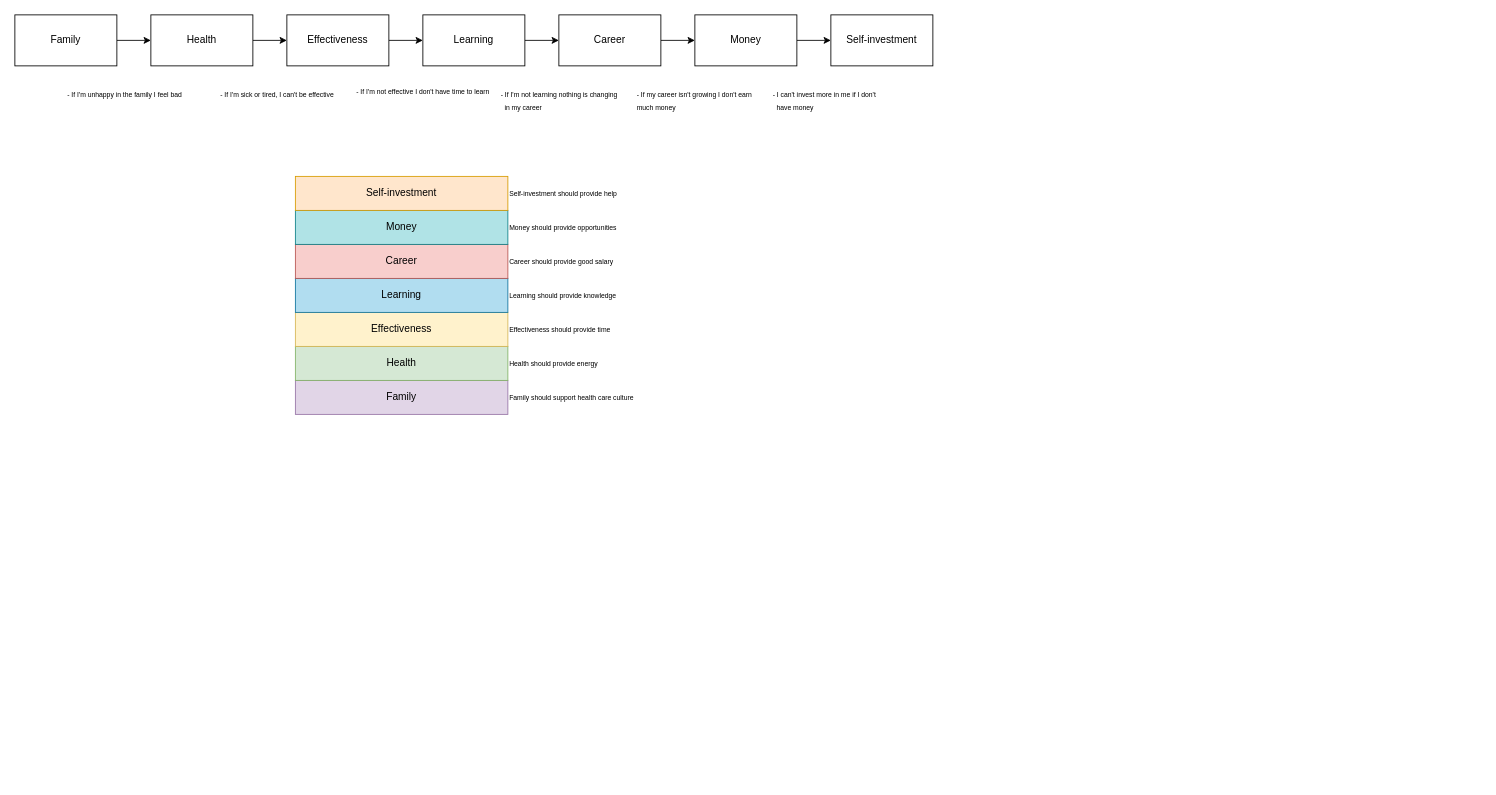
The draw.io diagram spheresDependencies.drawio in FedosovMax/diagrams, before the edit. Source tidied: cells renumbered, new cells numbered last; positions are measured from the earlier drawing's top-left corner, leaving out a move shared by most shapes. Both pictures are drawn from the tidied source at 85%, with x=0, y=0 at pixel (14, 14).
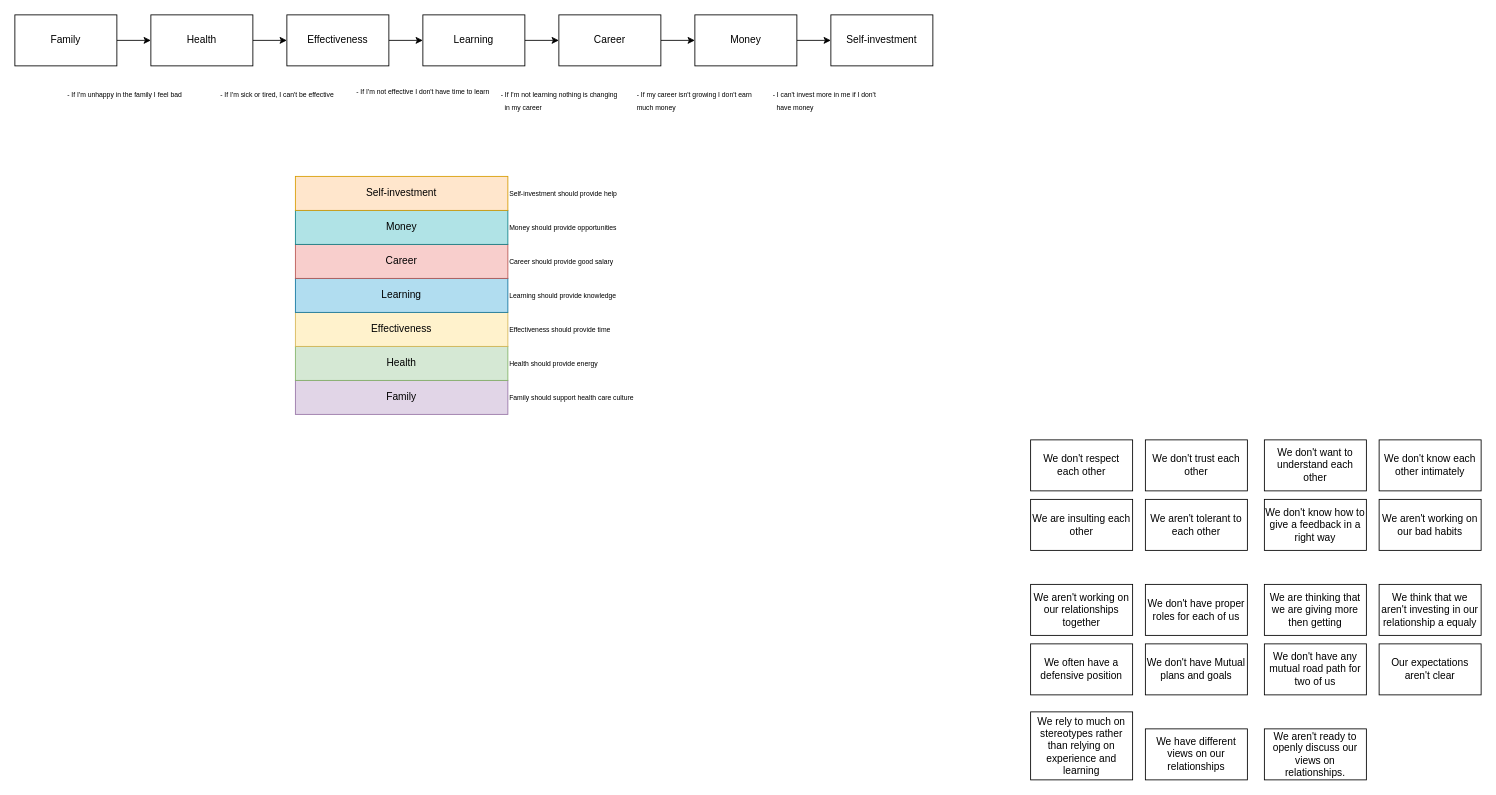
The same page after the edit.

The edit, as a diff of the source:
```diff
@@
+    <mxCell id="35" value="We don't respect each other" style="rounded=0;whiteSpace=wrap;html=1;" parent="1" vertex="1">
+      <mxGeometry x="1195" y="500" width="120" height="60" as="geometry" />
+    </mxCell>
+    <mxCell id="36" value="We don't trust each other" style="rounded=0;whiteSpace=wrap;html=1;" parent="1" vertex="1">
+      <mxGeometry x="1330" y="500" width="120" height="60" as="geometry" />
+    </mxCell>
+    <mxCell id="37" value="We don't want to understand each other" style="rounded=0;whiteSpace=wrap;html=1;" parent="1" vertex="1">
+      <mxGeometry x="1470" y="500" width="120" height="60" as="geometry" />
+    </mxCell>
+    <mxCell id="38" value="We don't know each other intimately" style="rounded=0;whiteSpace=wrap;html=1;" parent="1" vertex="1">
+      <mxGeometry x="1605" y="500" width="120" height="60" as="geometry" />
+    </mxCell>
+    <mxCell id="39" value="We are insulting each other " style="rounded=0;whiteSpace=wrap;html=1;" parent="1" vertex="1">
+      <mxGeometry x="1195" y="570" width="120" height="60" as="geometry" />
+    </mxCell>
+    <mxCell id="40" value="We aren't tolerant to each other" style="rounded=0;whiteSpace=wrap;html=1;" parent="1" vertex="1">
+      <mxGeometry x="1330" y="570" width="120" height="60" as="geometry" />
+    </mxCell>
+    <mxCell id="41" value="We don't know how to give a feedback in a right way" style="rounded=0;whiteSpace=wrap;html=1;" parent="1" vertex="1">
+      <mxGeometry x="1470" y="570" width="120" height="60" as="geometry" />
+    </mxCell>
+    <mxCell id="42" value="We aren't working on our bad habits" style="rounded=0;whiteSpace=wrap;html=1;" parent="1" vertex="1">
+      <mxGeometry x="1605" y="570" width="120" height="60" as="geometry" />
+    </mxCell>
+    <mxCell id="43" value="We aren't working on our relationships together " style="rounded=0;whiteSpace=wrap;html=1;" parent="1" vertex="1">
+      <mxGeometry x="1195" y="670" width="120" height="60" as="geometry" />
+    </mxCell>
+    <mxCell id="44" value="We don't have proper roles for each of us " style="rounded=0;whiteSpace=wrap;html=1;" parent="1" vertex="1">
+      <mxGeometry x="1330" y="670" width="120" height="60" as="geometry" />
+    </mxCell>
+    <mxCell id="45" value="We are thinking that we are giving more then getting " style="rounded=0;whiteSpace=wrap;html=1;" parent="1" vertex="1">
+      <mxGeometry x="1470" y="670" width="120" height="60" as="geometry" />
+    </mxCell>
+    <mxCell id="46" value="We think that we aren't investing in our relationship a equaly " style="rounded=0;whiteSpace=wrap;html=1;" parent="1" vertex="1">
+      <mxGeometry x="1605" y="670" width="120" height="60" as="geometry" />
+    </mxCell>
+    <mxCell id="47" value="We often have a defensive position " style="rounded=0;whiteSpace=wrap;html=1;" parent="1" vertex="1">
+      <mxGeometry x="1195" y="740" width="120" height="60" as="geometry" />
+    </mxCell>
+    <mxCell id="48" value="We don't have Mutual plans and goals " style="rounded=0;whiteSpace=wrap;html=1;" parent="1" vertex="1">
+      <mxGeometry x="1330" y="740" width="120" height="60" as="geometry" />
+    </mxCell>
+    <mxCell id="49" value="We don't have any mutual road path for two of us " style="rounded=0;whiteSpace=wrap;html=1;" parent="1" vertex="1">
+      <mxGeometry x="1470" y="740" width="120" height="60" as="geometry" />
+    </mxCell>
+    <mxCell id="50" value="Our expectations aren't clear " style="rounded=0;whiteSpace=wrap;html=1;" parent="1" vertex="1">
+      <mxGeometry x="1605" y="740" width="120" height="60" as="geometry" />
+    </mxCell>
+    <mxCell id="51" value="We rely to much on stereotypes rather than relying on experience and learning " style="rounded=0;whiteSpace=wrap;html=1;" parent="1" vertex="1">
+      <mxGeometry x="1195" y="820" width="120" height="80" as="geometry" />
+    </mxCell>
+    <mxCell id="52" value="We have different views on our relationships " style="rounded=0;whiteSpace=wrap;html=1;" parent="1" vertex="1">
+      <mxGeometry x="1330" y="840" width="120" height="60" as="geometry" />
+    </mxCell>
+    <mxCell id="53" value="We aren't ready to openly discuss our views on relationships.  " style="rounded=0;whiteSpace=wrap;html=1;" parent="1" vertex="1">
+      <mxGeometry x="1470" y="840" width="120" height="60" as="geometry" />
+    </mxCell>
```
